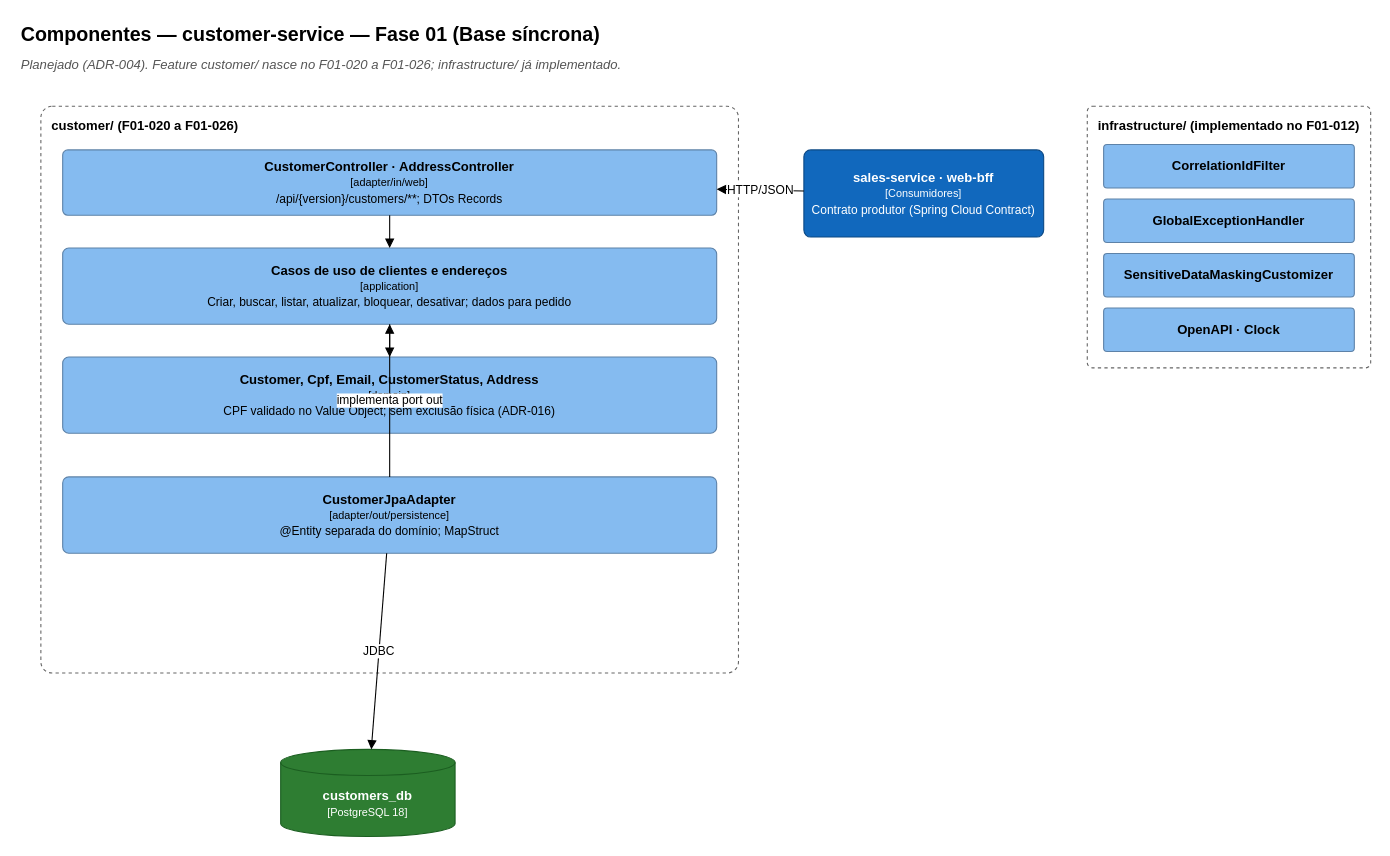
Before: page "Componentes — customer-service" (4 of 13) of docs/evolucao/01-base-sincrona/aishac-shop.drawio in antonioishac/aishac-shop, a draw.io diagram. Source tidied: cells renumbered, new cells numbered last; positions are measured from the earlier drawing's top-left corner, leaving out a move shared by most shapes. Both pictures are drawn from the tidied source at 109%, with x=0, y=0 at pixel (19, 19).
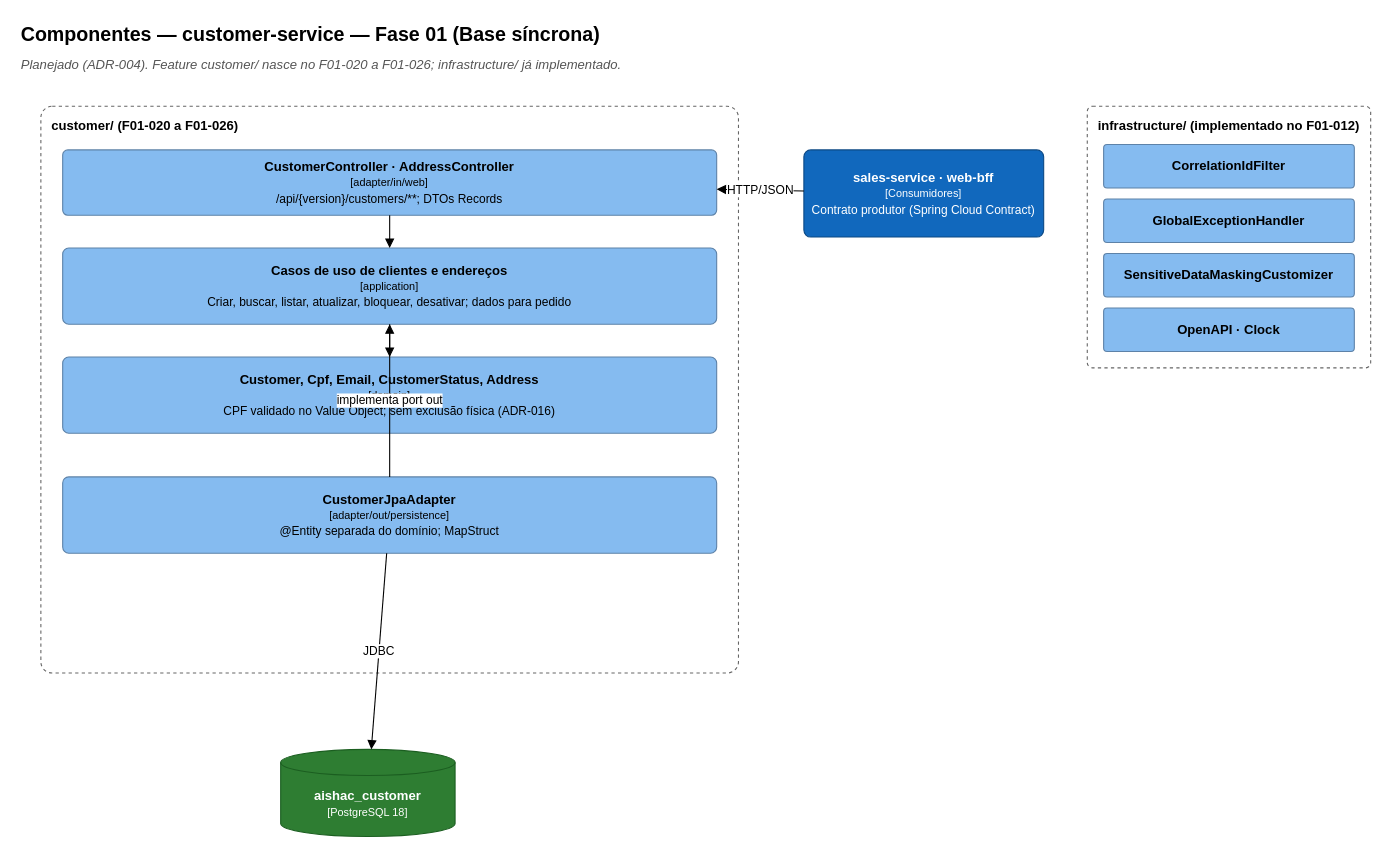
The same page after the edit.

Diff of the diagram source:
```diff
@@
-    <mxCell id="9" value="&lt;b&gt;customers_db&lt;/b&gt;&lt;br&gt;&lt;font style='font-size:10px'&gt;[PostgreSQL 18]&lt;/font&gt;" style="shape=cylinder3;whiteSpace=wrap;html=1;boundedLbl=1;backgroundOutline=1;size=12;fontSize=12;fillColor=#2E7D32;fontColor=#ffffff;strokeColor=#1B5E20;" parent="1" vertex="1">
+    <mxCell id="9" value="&lt;b&gt;aishac_customer&lt;/b&gt;&lt;br&gt;&lt;font style='font-size:10px'&gt;[PostgreSQL 18]&lt;/font&gt;" style="shape=cylinder3;whiteSpace=wrap;html=1;boundedLbl=1;backgroundOutline=1;size=12;fontSize=12;fillColor=#2E7D32;fontColor=#ffffff;strokeColor=#1B5E20;" parent="1" vertex="1">
       <mxGeometry x="240" y="670" width="160" height="80" as="geometry" />
     </mxCell>
```
